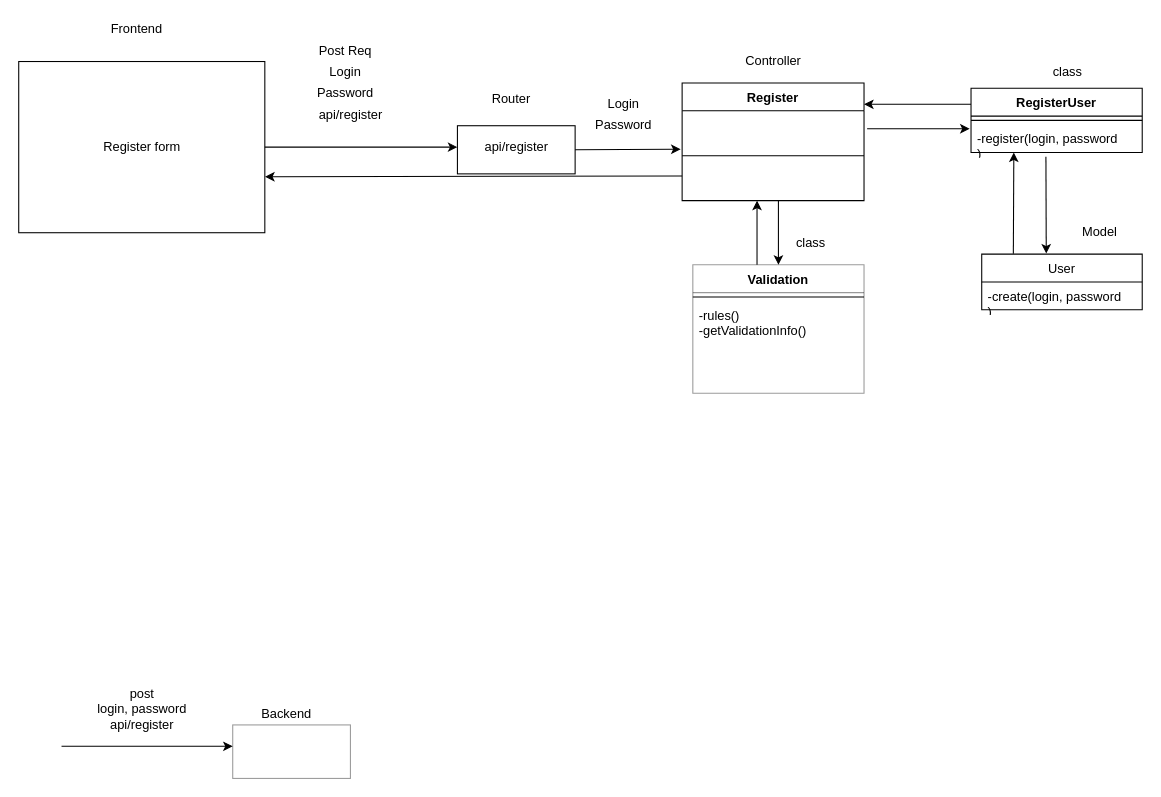
Before: register.drawio in ShaklinDmitry/zatesti, a draw.io diagram. Source tidied: cells renumbered, new cells numbered last; positions are measured from the earlier drawing's top-left corner, leaving out a move shared by most shapes. Both pictures are drawn from the tidied source at 107%, with x=0, y=0 at pixel (18, 18).
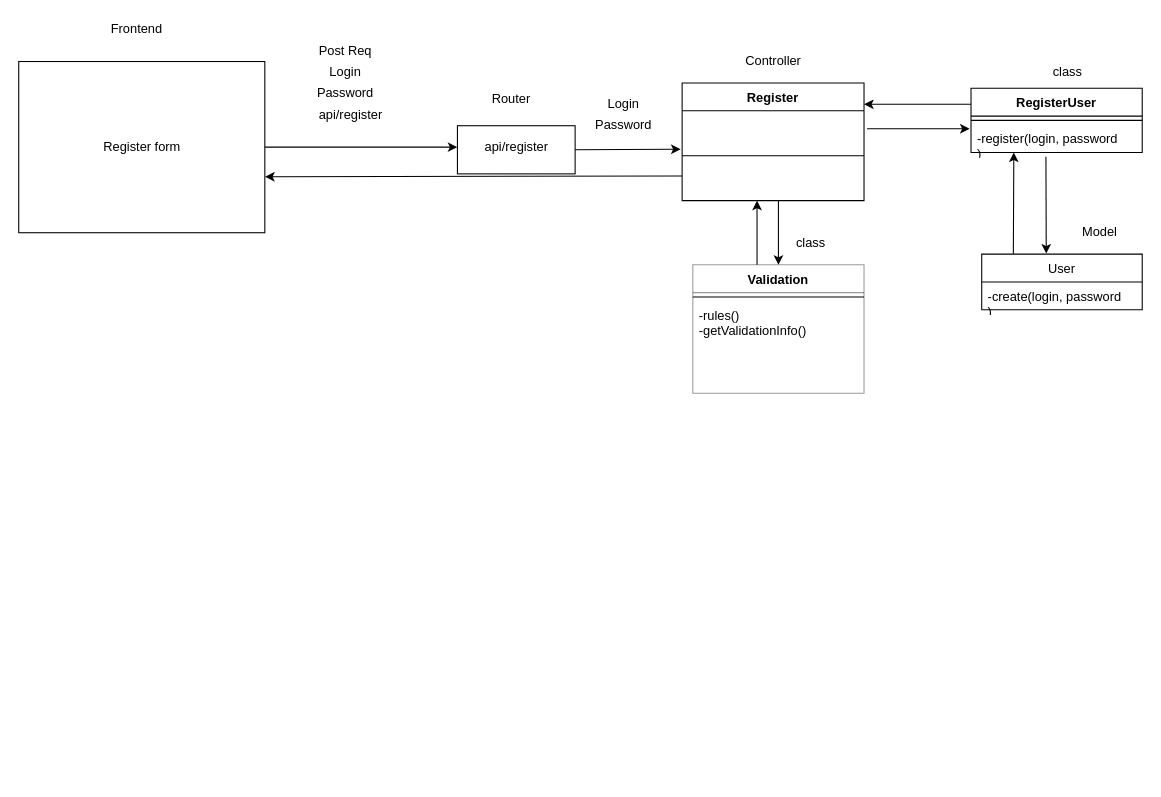
After the change.

The edit, as a diff of the source:
```diff
@@
-    <mxCell id="36" style="endArrow=classic;html=1;" parent="1" edge="1">
-      <mxGeometry relative="1" as="geometry">
-        <mxPoint x="40" y="680" as="sourcePoint" />
-        <mxPoint x="200" y="680" as="targetPoint" />
-      </mxGeometry>
-    </mxCell>
-    <mxCell id="37" value="post&lt;br&gt;login, password&lt;br&gt;api/register" style="text;html=1;align=center;verticalAlign=middle;" parent="1" vertex="1">
-      <mxGeometry x="65" y="620" width="100" height="50" as="geometry" />
-    </mxCell>
-    <mxCell id="38" style="html=1;opacity=40;" parent="1" vertex="1">
-      <mxGeometry x="200" y="660" width="110" height="50" as="geometry" />
-    </mxCell>
-    <mxCell id="39" value="Backend" style="text;html=1;align=center;verticalAlign=middle;" parent="1" vertex="1">
-      <mxGeometry x="220" y="640" width="60" height="20" as="geometry" />
-    </mxCell>
```
